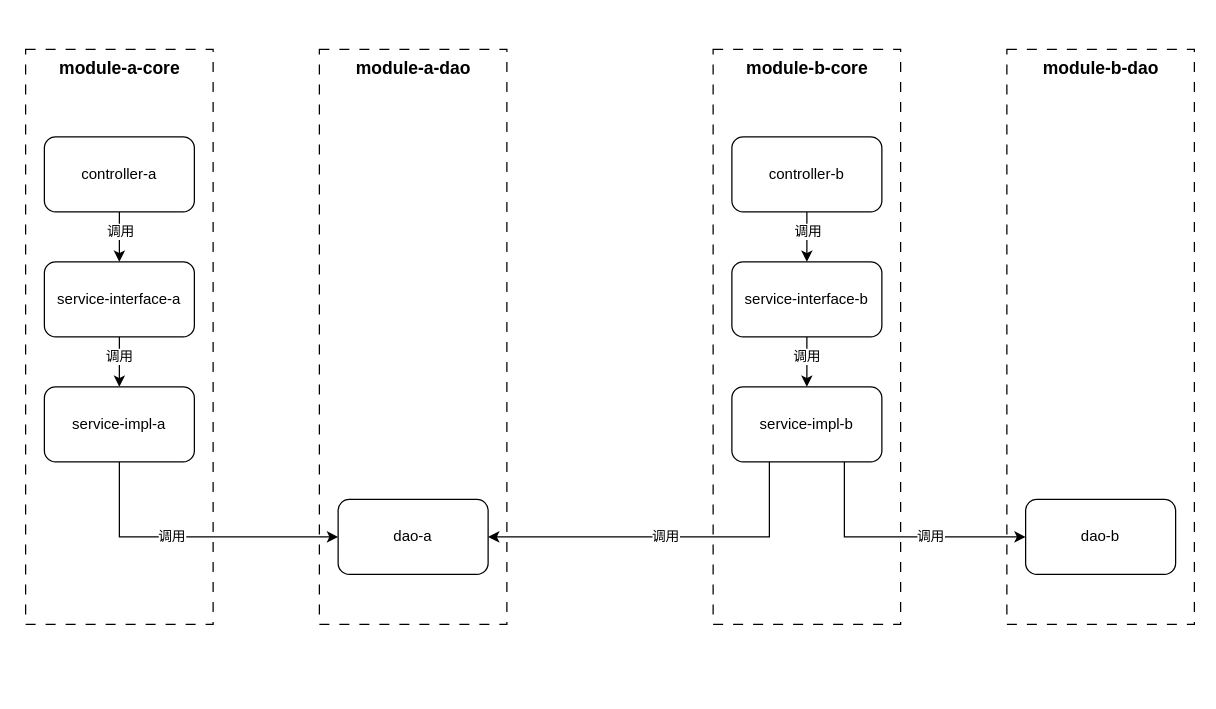
This is 单模块分层设计（无内部扩展接口）-多模块案例版.drawio from codeyunze/drawio, a draw.io file, before an edit. Source tidied: cells renumbered, new cells numbered last; positions are measured from the earlier drawing's top-left corner, leaving out a move shared by most shapes. Both pictures are drawn from the tidied source at 125%, with x=0, y=0 at pixel (25, 49).
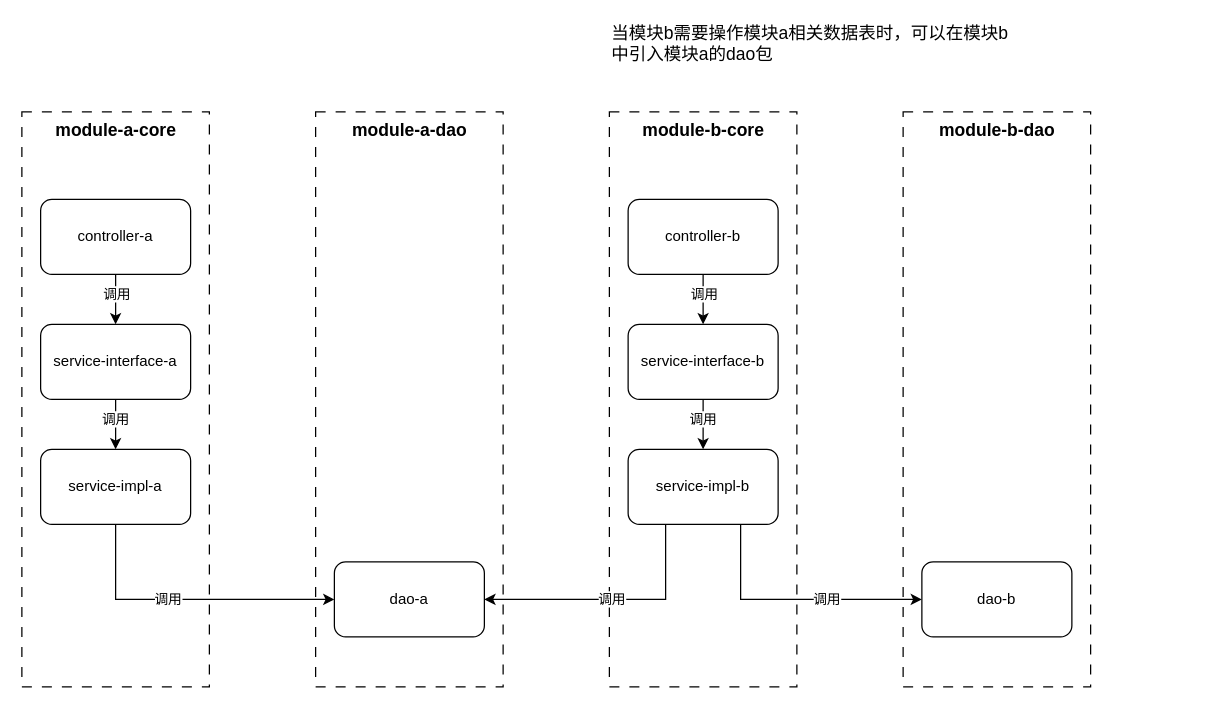
The same diagram, later.

Commit message (it also covers changes not shown here):
更新单模块分层设计（无内部扩展接口）-多模块案例版.drawio

Change to the diagram source:
```diff
@@
     <mxCell id="2" style="rounded=0;whiteSpace=wrap;html=1;dashed=1;dashPattern=8 8;" parent="1" vertex="1">
-      <mxGeometry x="235" width="150" height="460" as="geometry" />
+      <mxGeometry x="232" y="50" width="150" height="460" as="geometry" />
     </mxCell>
     <mxCell id="3" style="rounded=0;whiteSpace=wrap;html=1;dashed=1;dashPattern=8 8;" parent="1" vertex="1">
-      <mxGeometry width="150" height="460" as="geometry" />
+      <mxGeometry x="-3" y="50" width="150" height="460" as="geometry" />
     </mxCell>
@@
     <mxCell id="6" value="&lt;span style=&quot;background-color: transparent; color: light-dark(rgb(0, 0, 0), rgb(255, 255, 255));&quot;&gt;controller-a&lt;/span&gt;" style="rounded=1;whiteSpace=wrap;html=1;" parent="1" vertex="1">
-      <mxGeometry x="15" y="70" width="120" height="60" as="geometry" />
+      <mxGeometry x="12" y="120" width="120" height="60" as="geometry" />
     </mxCell>
@@
     <mxCell id="9" value="&lt;span style=&quot;background-color: transparent; color: light-dark(rgb(0, 0, 0), rgb(255, 255, 255));&quot;&gt;service-&lt;/span&gt;&lt;span style=&quot;background-color: transparent; color: light-dark(rgb(0, 0, 0), rgb(255, 255, 255));&quot;&gt;interface-a&lt;/span&gt;" style="rounded=1;whiteSpace=wrap;html=1;" parent="1" vertex="1">
-      <mxGeometry x="15" y="170" width="120" height="60" as="geometry" />
+      <mxGeometry x="12" y="220" width="120" height="60" as="geometry" />
     </mxCell>
@@
     <mxCell id="12" value="&lt;span style=&quot;background-color: transparent; color: light-dark(rgb(0, 0, 0), rgb(255, 255, 255));&quot;&gt;service-impl-a&lt;/span&gt;" style="rounded=1;whiteSpace=wrap;html=1;" parent="1" vertex="1">
-      <mxGeometry x="15" y="270" width="120" height="60" as="geometry" />
+      <mxGeometry x="12" y="320" width="120" height="60" as="geometry" />
     </mxCell>
     <mxCell id="13" value="&lt;b&gt;&lt;font style=&quot;font-size: 14px;&quot;&gt;module-a-core&lt;/font&gt;&lt;/b&gt;" style="text;html=1;align=center;verticalAlign=middle;whiteSpace=wrap;rounded=0;" parent="1" vertex="1">
-      <mxGeometry x="8.8" width="132.5" height="30" as="geometry" />
+      <mxGeometry x="5.8" y="50" width="132.5" height="30" as="geometry" />
     </mxCell>
     <mxCell id="14" value="&lt;span style=&quot;background-color: transparent; color: light-dark(rgb(0, 0, 0), rgb(255, 255, 255));&quot;&gt;dao-a&lt;/span&gt;" style="rounded=1;whiteSpace=wrap;html=1;" parent="1" vertex="1">
-      <mxGeometry x="250" y="360" width="120" height="60" as="geometry" />
+      <mxGeometry x="247" y="410" width="120" height="60" as="geometry" />
     </mxCell>
     <mxCell id="15" value="&lt;b&gt;&lt;font style=&quot;font-size: 14px;&quot;&gt;module-a-dao&lt;/font&gt;&lt;/b&gt;" style="text;html=1;align=center;verticalAlign=middle;whiteSpace=wrap;rounded=0;" parent="1" vertex="1">
-      <mxGeometry x="243.8" width="132.5" height="30" as="geometry" />
+      <mxGeometry x="240.8" y="50" width="132.5" height="30" as="geometry" />
     </mxCell>
     <mxCell id="16" style="rounded=0;whiteSpace=wrap;html=1;dashed=1;dashPattern=8 8;" parent="1" vertex="1">
-      <mxGeometry x="785" width="150" height="460" as="geometry" />
+      <mxGeometry x="702" y="50" width="150" height="460" as="geometry" />
     </mxCell>
     <mxCell id="17" style="rounded=0;whiteSpace=wrap;html=1;dashed=1;dashPattern=8 8;" parent="1" vertex="1">
-      <mxGeometry x="550" width="150" height="460" as="geometry" />
+      <mxGeometry x="467" y="50" width="150" height="460" as="geometry" />
     </mxCell>
@@
     <mxCell id="20" value="&lt;span style=&quot;background-color: transparent; color: light-dark(rgb(0, 0, 0), rgb(255, 255, 255));&quot;&gt;controller-b&lt;/span&gt;" style="rounded=1;whiteSpace=wrap;html=1;" parent="1" vertex="1">
-      <mxGeometry x="565" y="70" width="120" height="60" as="geometry" />
+      <mxGeometry x="482" y="120" width="120" height="60" as="geometry" />
     </mxCell>
@@
     <mxCell id="23" value="&lt;span style=&quot;background-color: transparent; color: light-dark(rgb(0, 0, 0), rgb(255, 255, 255));&quot;&gt;service-&lt;/span&gt;&lt;span style=&quot;background-color: transparent; color: light-dark(rgb(0, 0, 0), rgb(255, 255, 255));&quot;&gt;interface-b&lt;/span&gt;" style="rounded=1;whiteSpace=wrap;html=1;" parent="1" vertex="1">
-      <mxGeometry x="565" y="170" width="120" height="60" as="geometry" />
+      <mxGeometry x="482" y="220" width="120" height="60" as="geometry" />
     </mxCell>
@@
     <mxCell id="27" value="&lt;span style=&quot;background-color: transparent; color: light-dark(rgb(0, 0, 0), rgb(255, 255, 255));&quot;&gt;service-impl-b&lt;/span&gt;" style="rounded=1;whiteSpace=wrap;html=1;" parent="1" vertex="1">
-      <mxGeometry x="565" y="270" width="120" height="60" as="geometry" />
+      <mxGeometry x="482" y="320" width="120" height="60" as="geometry" />
     </mxCell>
     <mxCell id="28" value="&lt;b&gt;&lt;font style=&quot;font-size: 14px;&quot;&gt;module-b-core&lt;/font&gt;&lt;/b&gt;" style="text;html=1;align=center;verticalAlign=middle;whiteSpace=wrap;rounded=0;" parent="1" vertex="1">
-      <mxGeometry x="558.8" width="132.5" height="30" as="geometry" />
+      <mxGeometry x="475.8" y="50" width="132.5" height="30" as="geometry" />
     </mxCell>
     <mxCell id="29" value="&lt;span style=&quot;background-color: transparent; color: light-dark(rgb(0, 0, 0), rgb(255, 255, 255));&quot;&gt;dao-b&lt;/span&gt;" style="rounded=1;whiteSpace=wrap;html=1;" parent="1" vertex="1">
-      <mxGeometry x="800" y="360" width="120" height="60" as="geometry" />
+      <mxGeometry x="717" y="410" width="120" height="60" as="geometry" />
     </mxCell>
     <mxCell id="30" value="&lt;b&gt;&lt;font style=&quot;font-size: 14px;&quot;&gt;module-b-dao&lt;/font&gt;&lt;/b&gt;" style="text;html=1;align=center;verticalAlign=middle;whiteSpace=wrap;rounded=0;" parent="1" vertex="1">
-      <mxGeometry x="793.8" width="132.5" height="30" as="geometry" />
+      <mxGeometry x="710.8" y="50" width="132.5" height="30" as="geometry" />
     </mxCell>
+    <mxCell id="31" value="&lt;font style=&quot;font-size: 14px;&quot;&gt;当模块b需要操作模块a相关数据表时，可以在模块b中引入模块a的dao包&lt;/font&gt;" style="text;html=1;align=left;verticalAlign=middle;whiteSpace=wrap;rounded=0;" parent="1" vertex="1">
+      <mxGeometry x="467" y="-20" width="323" height="30" as="geometry" />
+    </mxCell>
```
